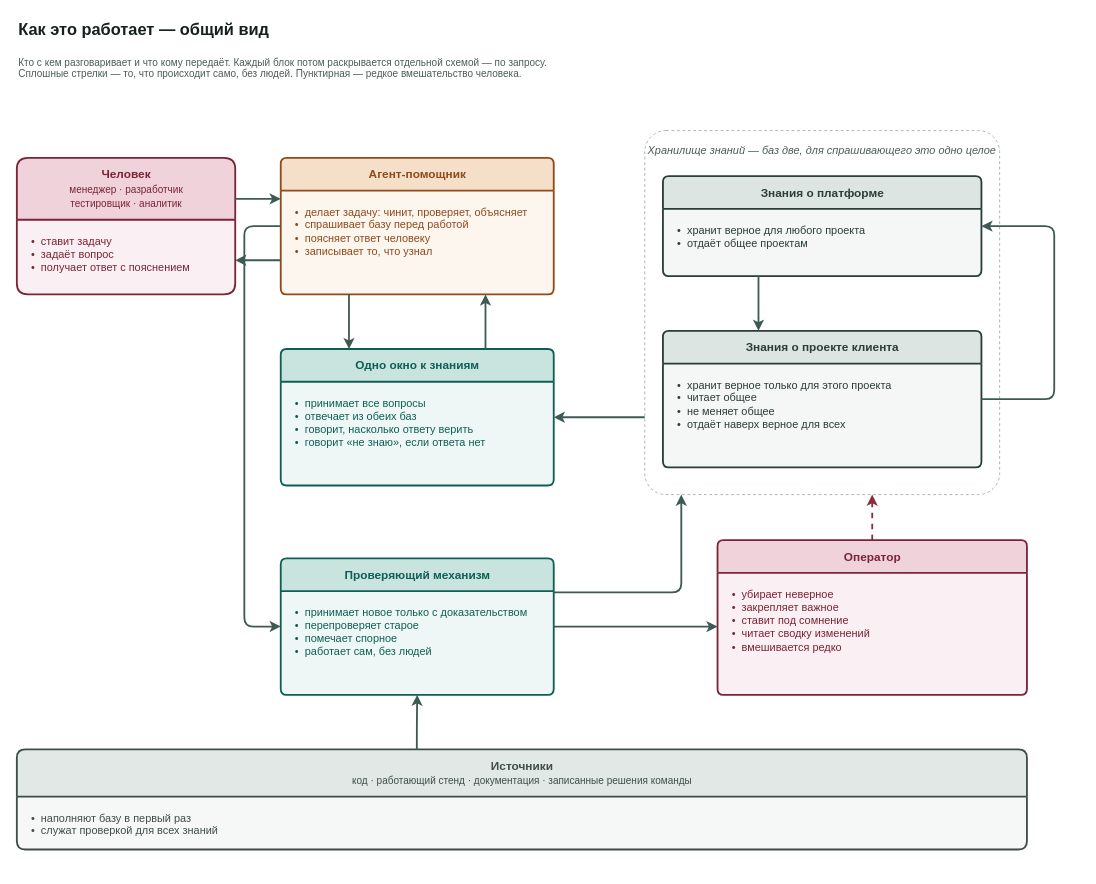
Earlier version of the draw.io diagram docs/adr/adr-knowledge-base-v3-overview.drawio (VirtoCommerce/ai-tools). Source tidied: cells renumbered, new cells numbered last; positions are measured from the earlier drawing's top-left corner, leaving out a move shared by most shapes. Both pictures are drawn from the tidied source at 91%, with x=0, y=0 at pixel (16, 15).
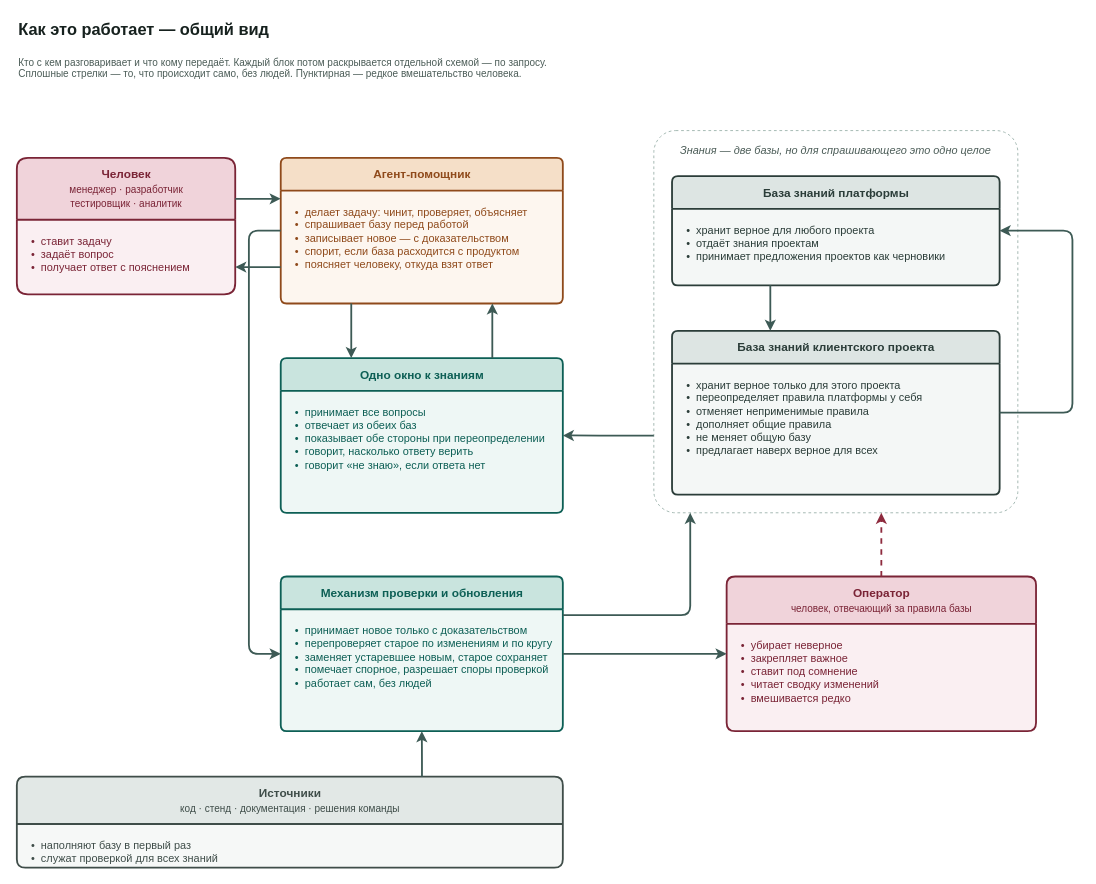
The same diagram, later.

Commit message (it also covers changes not shown here):
docs(adr): kb v3 — сверка карточек с ADR: три пропущенные обязанности, точные названия (VCST-5776)

The change refers to these unchanged cells:
```xml
<mxCell id="4" value="Человек&lt;br&gt;&lt;span style=&quot;font-size:11px;font-weight:normal&quot;&gt;менеджер · разработчик&lt;br&gt;тестировщик · аналитик&lt;/span&gt;" style="swimlane;html=1;rounded=1;arcSize=6;startSize=68;horizontal=1;fillColor=#f0d3da;swimlaneFillColor=#faeff2;strokeColor=#7a2436;fontColor=#7a2436;fontSize=13;fontStyle=1;align=center;verticalAlign=middle;strokeWidth=2;fontFamily=Helvetica;" parent="1" vertex="1">
  <mxGeometry y="156" width="240" height="150" as="geometry" />
</mxCell>
```

Diff of the diagram source:
```diff
@@
     <mxCell id="6" value="Агент-помощник" style="swimlane;html=1;rounded=1;arcSize=6;startSize=36;horizontal=1;fillColor=#f5dfc8;swimlaneFillColor=#fdf6ef;strokeColor=#8f4a1b;fontColor=#8f4a1b;fontSize=13;fontStyle=1;align=center;verticalAlign=middle;strokeWidth=2;fontFamily=Helvetica;" parent="1" vertex="1">
-      <mxGeometry x="290" y="156" width="300" height="150" as="geometry" />
+      <mxGeometry x="290" y="156" width="310" height="160" as="geometry" />
     </mxCell>
-    <mxCell id="7" value="•&amp;nbsp; делает задачу: чинит, проверяет, объясняет&lt;br&gt;•&amp;nbsp; спрашивает базу перед работой&lt;br&gt;•&amp;nbsp; поясняет ответ человеку&lt;br&gt;•&amp;nbsp; записывает то, что узнал" style="text;html=1;align=left;verticalAlign=top;whiteSpace=wrap;spacingLeft=14;spacingTop=10;spacingRight=10;fontSize=12;fontColor=#8f4a1b;fontFamily=Helvetica;" parent="6" vertex="1">
-      <mxGeometry y="36" width="300" height="114" as="geometry" />
+    <mxCell id="7" value="•&amp;nbsp; делает задачу: чинит, проверяет, объясняет&lt;br&gt;•&amp;nbsp; спрашивает базу перед работой&lt;br&gt;•&amp;nbsp; записывает новое — с доказательством&lt;br&gt;•&amp;nbsp; спорит, если база расходится с продуктом&lt;br&gt;•&amp;nbsp; поясняет человеку, откуда взят ответ" style="text;html=1;align=left;verticalAlign=top;whiteSpace=wrap;spacingLeft=14;spacingTop=10;spacingRight=10;fontSize=12;fontColor=#8f4a1b;fontFamily=Helvetica;" parent="6" vertex="1">
+      <mxGeometry y="36" width="310" height="124" as="geometry" />
     </mxCell>
     <mxCell id="8" value="Одно окно к знаниям" style="swimlane;html=1;rounded=1;arcSize=6;startSize=36;horizontal=1;fillColor=#c9e4de;swimlaneFillColor=#eef7f5;strokeColor=#0d5f55;fontColor=#0d5f55;fontSize=13;fontStyle=1;align=center;verticalAlign=middle;strokeWidth=2;fontFamily=Helvetica;" parent="1" vertex="1">
-      <mxGeometry x="290" y="366" width="300" height="150" as="geometry" />
+      <mxGeometry x="290" y="376" width="310" height="170" as="geometry" />
     </mxCell>
-    <mxCell id="9" value="•&amp;nbsp; принимает все вопросы&lt;br&gt;•&amp;nbsp; отвечает из обеих баз&lt;br&gt;•&amp;nbsp; говорит, насколько ответу верить&lt;br&gt;•&amp;nbsp; говорит «не знаю», если ответа нет" style="text;html=1;align=left;verticalAlign=top;whiteSpace=wrap;spacingLeft=14;spacingTop=10;spacingRight=10;fontSize=12;fontColor=#0d5f55;fontFamily=Helvetica;" parent="8" vertex="1">
-      <mxGeometry y="36" width="300" height="114" as="geometry" />
+    <mxCell id="9" value="•&amp;nbsp; принимает все вопросы&lt;br&gt;•&amp;nbsp; отвечает из обеих баз&lt;br&gt;•&amp;nbsp; показывает обе стороны при переопределении&lt;br&gt;•&amp;nbsp; говорит, насколько ответу верить&lt;br&gt;•&amp;nbsp; говорит «не знаю», если ответа нет" style="text;html=1;align=left;verticalAlign=top;whiteSpace=wrap;spacingLeft=14;spacingTop=10;spacingRight=10;fontSize=12;fontColor=#0d5f55;fontFamily=Helvetica;" parent="8" vertex="1">
+      <mxGeometry y="36" width="310" height="134" as="geometry" />
     </mxCell>
-    <mxCell id="10" value="Хранилище знаний — баз две, для спрашивающего это одно целое" style="rounded=1;arcSize=6;whiteSpace=wrap;html=1;fillColor=none;strokeColor=#9db3ad;dashed=1;verticalAlign=top;align=center;spacingTop=8;fontColor=#4b5c57;fontStyle=2;fontSize=12;fontFamily=Helvetica;" parent="1" vertex="1">
-      <mxGeometry x="690" y="126" width="390" height="400" as="geometry" />
+    <mxCell id="10" value="Знания — две базы, но для спрашивающего это одно целое" style="rounded=1;arcSize=6;whiteSpace=wrap;html=1;fillColor=none;strokeColor=#9db3ad;dashed=1;verticalAlign=top;align=center;spacingTop=8;fontColor=#4b5c57;fontStyle=2;fontSize=12;fontFamily=Helvetica;" parent="1" vertex="1">
+      <mxGeometry x="700" y="126" width="400" height="420" as="geometry" />
     </mxCell>
-    <mxCell id="11" value="Знания о платформе" style="swimlane;html=1;rounded=1;arcSize=6;startSize=36;horizontal=1;fillColor=#dde5e3;swimlaneFillColor=#f4f7f6;strokeColor=#2b3d39;fontColor=#2b3d39;fontSize=13;fontStyle=1;align=center;verticalAlign=middle;strokeWidth=2;fontFamily=Helvetica;" parent="1" vertex="1">
-      <mxGeometry x="710" y="176" width="350" height="110" as="geometry" />
+    <mxCell id="11" value="База знаний платформы" style="swimlane;html=1;rounded=1;arcSize=6;startSize=36;horizontal=1;fillColor=#dde5e3;swimlaneFillColor=#f4f7f6;strokeColor=#2b3d39;fontColor=#2b3d39;fontSize=13;fontStyle=1;align=center;verticalAlign=middle;strokeWidth=2;fontFamily=Helvetica;" parent="1" vertex="1">
+      <mxGeometry x="720" y="176" width="360" height="120" as="geometry" />
     </mxCell>
-    <mxCell id="12" value="•&amp;nbsp; хранит верное для любого проекта&lt;br&gt;•&amp;nbsp; отдаёт общее проектам" style="text;html=1;align=left;verticalAlign=top;whiteSpace=wrap;spacingLeft=14;spacingTop=10;spacingRight=10;fontSize=12;fontColor=#2b3d39;fontFamily=Helvetica;" parent="11" vertex="1">
-      <mxGeometry y="36" width="350" height="74" as="geometry" />
+    <mxCell id="12" value="•&amp;nbsp; хранит верное для любого проекта&lt;br&gt;•&amp;nbsp; отдаёт знания проектам&lt;br&gt;•&amp;nbsp; принимает предложения проектов как черновики" style="text;html=1;align=left;verticalAlign=top;whiteSpace=wrap;spacingLeft=14;spacingTop=10;spacingRight=10;fontSize=12;fontColor=#2b3d39;fontFamily=Helvetica;" parent="11" vertex="1">
+      <mxGeometry y="36" width="360" height="84" as="geometry" />
     </mxCell>
-    <mxCell id="13" value="Знания о проекте клиента" style="swimlane;html=1;rounded=1;arcSize=6;startSize=36;horizontal=1;fillColor=#dde5e3;swimlaneFillColor=#f4f7f6;strokeColor=#2b3d39;fontColor=#2b3d39;fontSize=13;fontStyle=1;align=center;verticalAlign=middle;strokeWidth=2;fontFamily=Helvetica;" parent="1" vertex="1">
-      <mxGeometry x="710" y="346" width="350" height="150" as="geometry" />
+    <mxCell id="13" value="База знаний клиентского проекта" style="swimlane;html=1;rounded=1;arcSize=6;startSize=36;horizontal=1;fillColor=#dde5e3;swimlaneFillColor=#f4f7f6;strokeColor=#2b3d39;fontColor=#2b3d39;fontSize=13;fontStyle=1;align=center;verticalAlign=middle;strokeWidth=2;fontFamily=Helvetica;" parent="1" vertex="1">
+      <mxGeometry x="720" y="346" width="360" height="180" as="geometry" />
     </mxCell>
-    <mxCell id="14" value="•&amp;nbsp; хранит верное только для этого проекта&lt;br&gt;•&amp;nbsp; читает общее&lt;br&gt;•&amp;nbsp; не меняет общее&lt;br&gt;•&amp;nbsp; отдаёт наверх верное для всех" style="text;html=1;align=left;verticalAlign=top;whiteSpace=wrap;spacingLeft=14;spacingTop=10;spacingRight=10;fontSize=12;fontColor=#2b3d39;fontFamily=Helvetica;" parent="13" vertex="1">
-      <mxGeometry y="36" width="350" height="114" as="geometry" />
+    <mxCell id="14" value="•&amp;nbsp; хранит верное только для этого проекта&lt;br&gt;•&amp;nbsp; переопределяет правила платформы у себя&lt;br&gt;•&amp;nbsp; отменяет неприменимые правила&lt;br&gt;•&amp;nbsp; дополняет общие правила&lt;br&gt;•&amp;nbsp; не меняет общую базу&lt;br&gt;•&amp;nbsp; предлагает наверх верное для всех" style="text;html=1;align=left;verticalAlign=top;whiteSpace=wrap;spacingLeft=14;spacingTop=10;spacingRight=10;fontSize=12;fontColor=#2b3d39;fontFamily=Helvetica;" parent="13" vertex="1">
+      <mxGeometry y="36" width="360" height="144" as="geometry" />
     </mxCell>
-    <mxCell id="15" value="Проверяющий механизм" style="swimlane;html=1;rounded=1;arcSize=6;startSize=36;horizontal=1;fillColor=#c9e4de;swimlaneFillColor=#eef7f5;strokeColor=#0d5f55;fontColor=#0d5f55;fontSize=13;fontStyle=1;align=center;verticalAlign=middle;strokeWidth=2;fontFamily=Helvetica;" parent="1" vertex="1">
-      <mxGeometry x="290" y="596" width="300" height="150" as="geometry" />
+    <mxCell id="15" value="Механизм проверки и обновления" style="swimlane;html=1;rounded=1;arcSize=6;startSize=36;horizontal=1;fillColor=#c9e4de;swimlaneFillColor=#eef7f5;strokeColor=#0d5f55;fontColor=#0d5f55;fontSize=13;fontStyle=1;align=center;verticalAlign=middle;strokeWidth=2;fontFamily=Helvetica;" parent="1" vertex="1">
+      <mxGeometry x="290" y="616" width="310" height="170" as="geometry" />
     </mxCell>
-    <mxCell id="16" value="•&amp;nbsp; принимает новое только с доказательством&lt;br&gt;•&amp;nbsp; перепроверяет старое&lt;br&gt;•&amp;nbsp; помечает спорное&lt;br&gt;•&amp;nbsp; работает сам, без людей" style="text;html=1;align=left;verticalAlign=top;whiteSpace=wrap;spacingLeft=14;spacingTop=10;spacingRight=10;fontSize=12;fontColor=#0d5f55;fontFamily=Helvetica;" parent="15" vertex="1">
-      <mxGeometry y="36" width="300" height="114" as="geometry" />
+    <mxCell id="16" value="•&amp;nbsp; принимает новое только с доказательством&lt;br&gt;•&amp;nbsp; перепроверяет старое по изменениям и по кругу&lt;br&gt;•&amp;nbsp; заменяет устаревшее новым, старое сохраняет&lt;br&gt;•&amp;nbsp; помечает спорное, разрешает споры проверкой&lt;br&gt;•&amp;nbsp; работает сам, без людей" style="text;html=1;align=left;verticalAlign=top;whiteSpace=wrap;spacingLeft=14;spacingTop=10;spacingRight=10;fontSize=12;fontColor=#0d5f55;fontFamily=Helvetica;" parent="15" vertex="1">
+      <mxGeometry y="36" width="310" height="134" as="geometry" />
     </mxCell>
-    <mxCell id="17" value="Оператор" style="swimlane;html=1;rounded=1;arcSize=6;startSize=36;horizontal=1;fillColor=#f0d3da;swimlaneFillColor=#faeff2;strokeColor=#7a2436;fontColor=#7a2436;fontSize=13;fontStyle=1;align=center;verticalAlign=middle;strokeWidth=2;fontFamily=Helvetica;" parent="1" vertex="1">
-      <mxGeometry x="770" y="576" width="340" height="170" as="geometry" />
+    <mxCell id="17" value="Оператор&lt;br&gt;&lt;span style=&quot;font-size:11px;font-weight:normal&quot;&gt;человек, отвечающий за правила базы&lt;/span&gt;" style="swimlane;html=1;rounded=1;arcSize=6;startSize=52;horizontal=1;fillColor=#f0d3da;swimlaneFillColor=#faeff2;strokeColor=#7a2436;fontColor=#7a2436;fontSize=13;fontStyle=1;align=center;verticalAlign=middle;strokeWidth=2;fontFamily=Helvetica;" parent="1" vertex="1">
+      <mxGeometry x="780" y="616" width="340" height="170" as="geometry" />
     </mxCell>
     <mxCell id="18" value="•&amp;nbsp; убирает неверное&lt;br&gt;•&amp;nbsp; закрепляет важное&lt;br&gt;•&amp;nbsp; ставит под сомнение&lt;br&gt;•&amp;nbsp; читает сводку изменений&lt;br&gt;•&amp;nbsp; вмешивается редко" style="text;html=1;align=left;verticalAlign=top;whiteSpace=wrap;spacingLeft=14;spacingTop=10;spacingRight=10;fontSize=12;fontColor=#7a2436;fontFamily=Helvetica;" parent="17" vertex="1">
-      <mxGeometry y="36" width="340" height="134" as="geometry" />
+      <mxGeometry y="52" width="340" height="118" as="geometry" />
     </mxCell>
-    <mxCell id="19" value="Источники&lt;br&gt;&lt;span style=&quot;font-size:11px;font-weight:normal&quot;&gt;код · работающий стенд · документация · записанные решения команды&lt;/span&gt;" style="swimlane;html=1;rounded=1;arcSize=6;startSize=52;horizontal=1;fillColor=#e2e8e6;swimlaneFillColor=#f6f8f7;strokeColor=#3f4d49;fontColor=#3f4d49;fontSize=13;fontStyle=1;align=center;verticalAlign=middle;strokeWidth=2;fontFamily=Helvetica;" parent="1" vertex="1">
-      <mxGeometry y="806" width="1110" height="110" as="geometry" />
+    <mxCell id="19" value="Источники&lt;br&gt;&lt;span style=&quot;font-size:11px;font-weight:normal&quot;&gt;код · стенд · документация · решения команды&lt;/span&gt;" style="swimlane;html=1;rounded=1;arcSize=6;startSize=52;horizontal=1;fillColor=#e2e8e6;swimlaneFillColor=#f6f8f7;strokeColor=#3f4d49;fontColor=#3f4d49;fontSize=13;fontStyle=1;align=center;verticalAlign=middle;strokeWidth=2;fontFamily=Helvetica;" parent="1" vertex="1">
+      <mxGeometry y="836" width="600" height="100" as="geometry" />
     </mxCell>
     <mxCell id="20" value="•&amp;nbsp; наполняют базу в первый раз&lt;br&gt;•&amp;nbsp; служат проверкой для всех знаний" style="text;html=1;align=left;verticalAlign=top;whiteSpace=wrap;spacingLeft=14;spacingTop=10;spacingRight=10;fontSize=12;fontColor=#3f4d49;fontFamily=Helvetica;" parent="19" vertex="1">
-      <mxGeometry y="52" width="1110" height="58" as="geometry" />
+      <mxGeometry y="52" width="600" height="48" as="geometry" />
     </mxCell>
-    <mxCell id="21" style="edgeStyle=orthogonalEdgeStyle;rounded=1;html=1;labelBackgroundColor=#ffffff;fontSize=12;strokeWidth=2;strokeColor=#3d5a55;fontColor=#2f3a37;fontFamily=Helvetica;exitX=1;exitY=0.3;exitDx=0;exitDy=0;entryX=0;entryY=0.3;entryDx=0;entryDy=0;" parent="1" edge="1" source="4" target="6">
+    <mxCell id="21" style="edgeStyle=orthogonalEdgeStyle;rounded=1;html=1;labelBackgroundColor=#ffffff;fontSize=12;strokeWidth=2;strokeColor=#3d5a55;fontColor=#2f3a37;fontFamily=Helvetica;exitX=1;exitY=0.3;exitDx=0;exitDy=0;entryX=0;entryY=0.281;entryDx=0;entryDy=0;" parent="1" edge="1" source="4" target="6">
       <mxGeometry relative="1" as="geometry" />
     </mxCell>
-    <mxCell id="22" style="edgeStyle=orthogonalEdgeStyle;rounded=1;html=1;labelBackgroundColor=#ffffff;fontSize=12;strokeWidth=2;strokeColor=#3d5a55;fontColor=#2f3a37;fontFamily=Helvetica;exitX=0;exitY=0.75;exitDx=0;exitDy=0;entryX=1;entryY=0.75;entryDx=0;entryDy=0;" parent="1" edge="1" source="6" target="4">
+    <mxCell id="22" style="edgeStyle=orthogonalEdgeStyle;rounded=1;html=1;labelBackgroundColor=#ffffff;fontSize=12;strokeWidth=2;strokeColor=#3d5a55;fontColor=#2f3a37;fontFamily=Helvetica;exitX=0;exitY=0.75;exitDx=0;exitDy=0;entryX=1;entryY=0.8;entryDx=0;entryDy=0;" parent="1" edge="1" source="6" target="4">
       <mxGeometry relative="1" as="geometry" />
     </mxCell>
@@
-    <mxCell id="25" style="edgeStyle=orthogonalEdgeStyle;rounded=1;html=1;labelBackgroundColor=#ffffff;fontSize=12;strokeWidth=2;strokeColor=#3d5a55;fontColor=#2f3a37;fontFamily=Helvetica;exitX=0;exitY=0.7875;exitDx=0;exitDy=0;entryX=1;entryY=0.5;entryDx=0;entryDy=0;" parent="1" edge="1" source="10" target="8">
+    <mxCell id="25" style="edgeStyle=orthogonalEdgeStyle;rounded=1;html=1;labelBackgroundColor=#ffffff;fontSize=12;strokeWidth=2;strokeColor=#3d5a55;fontColor=#2f3a37;fontFamily=Helvetica;exitX=0;exitY=0.798;exitDx=0;exitDy=0;entryX=1;entryY=0.5;entryDx=0;entryDy=0;" parent="1" edge="1" source="10" target="8">
       <mxGeometry relative="1" as="geometry" />
     </mxCell>
     <mxCell id="26" style="edgeStyle=orthogonalEdgeStyle;rounded=1;html=1;labelBackgroundColor=#ffffff;fontSize=12;strokeWidth=2;strokeColor=#3d5a55;fontColor=#2f3a37;fontFamily=Helvetica;exitX=0;exitY=0.5;exitDx=0;exitDy=0;entryX=0;entryY=0.5;entryDx=0;entryDy=0;" parent="1" edge="1" source="6" target="15">
       <mxGeometry relative="1" as="geometry">
         <Array as="points">
-          <mxPoint x="250" y="231" />
-          <mxPoint x="250" y="671" />
+          <mxPoint x="255" y="236" />
+          <mxPoint x="255" y="701" />
         </Array>
       </mxGeometry>
     </mxCell>
-    <mxCell id="27" style="edgeStyle=orthogonalEdgeStyle;rounded=1;html=1;labelBackgroundColor=#ffffff;fontSize=12;strokeWidth=2;strokeColor=#3d5a55;fontColor=#2f3a37;fontFamily=Helvetica;exitX=1;exitY=0.25;exitDx=0;exitDy=0;entryX=0.103;entryY=1;entryDx=0;entryDy=0;" parent="1" edge="1" source="15" target="10">
+    <mxCell id="27" style="edgeStyle=orthogonalEdgeStyle;rounded=1;html=1;labelBackgroundColor=#ffffff;fontSize=12;strokeWidth=2;strokeColor=#3d5a55;fontColor=#2f3a37;fontFamily=Helvetica;exitX=1;exitY=0.25;exitDx=0;exitDy=0;entryX=0.1;entryY=1;entryDx=0;entryDy=0;" parent="1" edge="1" source="15" target="10">
       <mxGeometry relative="1" as="geometry">
         <Array as="points">
-          <mxPoint x="730" y="633" />
+          <mxPoint x="740" y="658" />
         </Array>
       </mxGeometry>
     </mxCell>
-    <mxCell id="28" style="edgeStyle=orthogonalEdgeStyle;rounded=1;html=1;labelBackgroundColor=#ffffff;fontSize=12;strokeWidth=2;strokeColor=#3d5a55;fontColor=#2f3a37;fontFamily=Helvetica;exitX=0.396;exitY=0;exitDx=0;exitDy=0;entryX=0.5;entryY=1;entryDx=0;entryDy=0;" parent="1" edge="1" source="19" target="15">
+    <mxCell id="28" style="edgeStyle=orthogonalEdgeStyle;rounded=1;html=1;labelBackgroundColor=#ffffff;fontSize=12;strokeWidth=2;strokeColor=#3d5a55;fontColor=#2f3a37;fontFamily=Helvetica;exitX=0.742;exitY=0;exitDx=0;exitDy=0;entryX=0.5;entryY=1;entryDx=0;entryDy=0;" parent="1" edge="1" source="19" target="15">
       <mxGeometry relative="1" as="geometry" />
     </mxCell>
-    <mxCell id="29" style="edgeStyle=orthogonalEdgeStyle;rounded=1;html=1;labelBackgroundColor=#ffffff;fontSize=12;strokeWidth=2;strokeColor=#3d5a55;fontColor=#2f3a37;fontFamily=Helvetica;exitX=1;exitY=0.5;exitDx=0;exitDy=0;entryX=0;entryY=0.559;entryDx=0;entryDy=0;" parent="1" edge="1" source="15" target="17">
+    <mxCell id="29" style="edgeStyle=orthogonalEdgeStyle;rounded=1;html=1;labelBackgroundColor=#ffffff;fontSize=12;strokeWidth=2;strokeColor=#3d5a55;fontColor=#2f3a37;fontFamily=Helvetica;exitX=1;exitY=0.5;exitDx=0;exitDy=0;entryX=0;entryY=0.5;entryDx=0;entryDy=0;" parent="1" edge="1" source="15" target="17">
       <mxGeometry relative="1" as="geometry" />
     </mxCell>
-    <mxCell id="30" style="edgeStyle=orthogonalEdgeStyle;rounded=1;html=1;labelBackgroundColor=#ffffff;fontSize=12;strokeWidth=2;strokeColor=#3d5a55;fontColor=#2f3a37;fontFamily=Helvetica;dashed=1;strokeColor=#8e2b3e;fontColor=#6b1f2e;exitX=0.5;exitY=0;exitDx=0;exitDy=0;entryX=0.641;entryY=1;entryDx=0;entryDy=0;" parent="1" edge="1" source="17" target="10">
+    <mxCell id="30" style="edgeStyle=orthogonalEdgeStyle;rounded=1;html=1;labelBackgroundColor=#ffffff;fontSize=12;strokeWidth=2;strokeColor=#3d5a55;fontColor=#2f3a37;fontFamily=Helvetica;dashed=1;strokeColor=#8e2b3e;fontColor=#6b1f2e;exitX=0.5;exitY=0;exitDx=0;exitDy=0;entryX=0.625;entryY=1;entryDx=0;entryDy=0;" parent="1" edge="1" source="17" target="10">
       <mxGeometry relative="1" as="geometry" />
     </mxCell>
     <mxCell id="31" style="edgeStyle=orthogonalEdgeStyle;rounded=1;html=1;labelBackgroundColor=#ffffff;fontSize=12;strokeWidth=2;strokeColor=#3d5a55;fontColor=#2f3a37;fontFamily=Helvetica;exitX=1;exitY=0.5;exitDx=0;exitDy=0;entryX=1;entryY=0.5;entryDx=0;entryDy=0;" parent="1" edge="1" source="13" target="11">
       <mxGeometry relative="1" as="geometry">
         <Array as="points">
-          <mxPoint x="1140" y="421" />
-          <mxPoint x="1140" y="231" />
+          <mxPoint x="1160" y="436" />
+          <mxPoint x="1160" y="236" />
         </Array>
       </mxGeometry>
     </mxCell>
```
